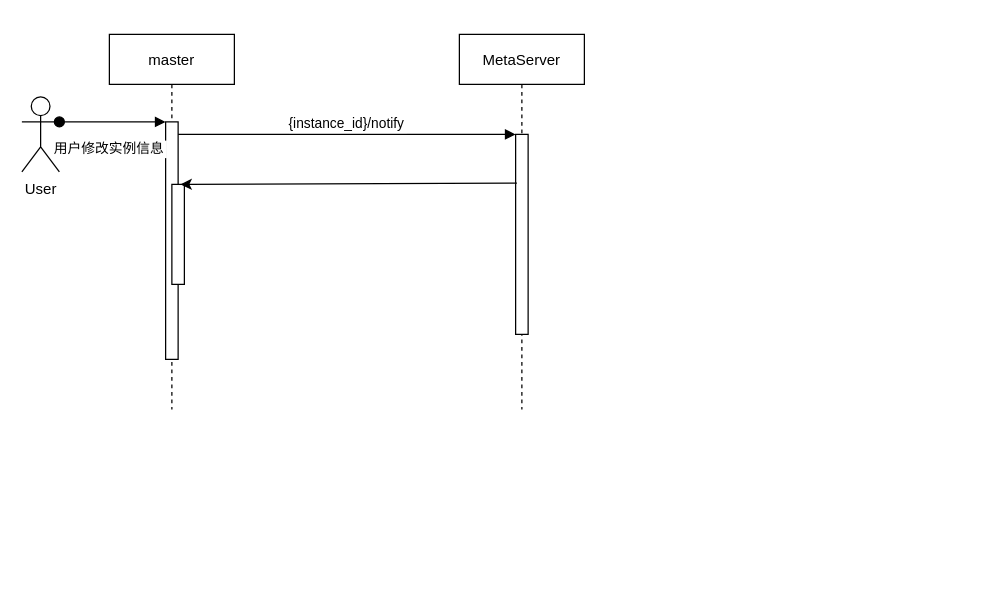
Before: about/Untitled Diagram.drawio in acewzj/post_md, a draw.io diagram. Source tidied: cells renumbered, new cells numbered last; positions are measured from the earlier drawing's top-left corner, leaving out a move shared by most shapes. Both pictures are drawn from the tidied source at 125%, with x=0, y=0 at pixel (21, 34).
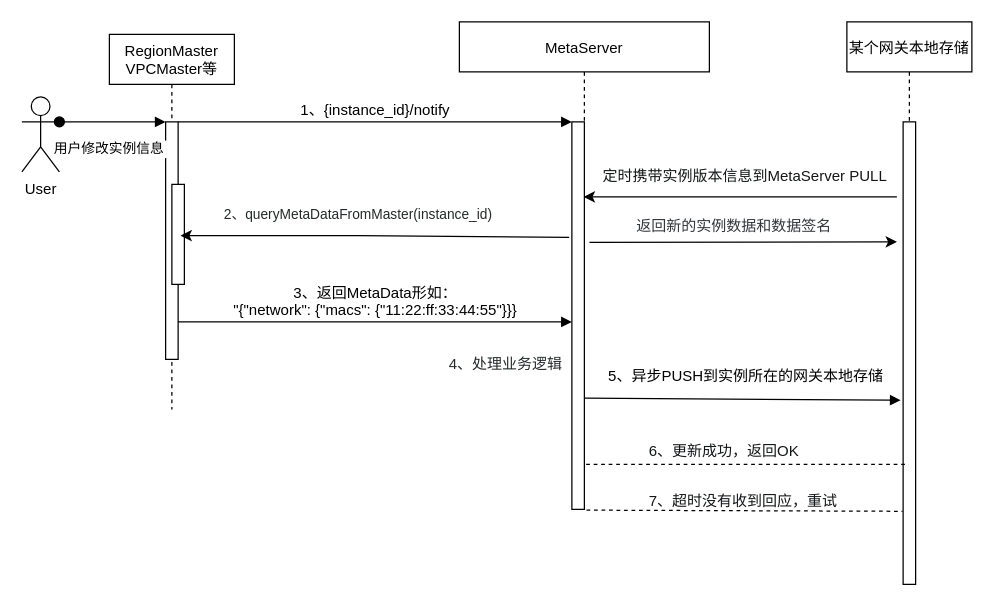
The same diagram, later.

The change refers to these unchanged cells:
```xml
<mxCell id="3" style="points=[];perimeter=orthogonalPerimeter;rounded=0;shadow=0;strokeWidth=1;" parent="2" vertex="1">
  <mxGeometry x="45" y="70" width="10" height="190" as="geometry" />
</mxCell>
<mxCell id="5" style="points=[];perimeter=orthogonalPerimeter;rounded=0;shadow=0;strokeWidth=1;" parent="2" vertex="1">
  <mxGeometry x="50" y="120" width="10" height="80" as="geometry" />
</mxCell>
```

The edit, as a diff of the source:
```diff
@@
-    <mxCell id="2" value="master" style="shape=umlLifeline;perimeter=lifelinePerimeter;rounded=0;shadow=0;strokeWidth=1;" parent="1" vertex="1">
+    <mxCell id="2" value="RegionMaster&#10;VPCMaster等" style="shape=umlLifeline;perimeter=lifelinePerimeter;rounded=0;shadow=0;strokeWidth=1;" parent="1" vertex="1">
       <mxGeometry x="70" width="100" height="300" as="geometry" />
     </mxCell>
@@
     <mxCell id="6" value="MetaServer" style="shape=umlLifeline;perimeter=lifelinePerimeter;rounded=0;shadow=0;strokeWidth=1;" parent="1" vertex="1">
-      <mxGeometry x="350" width="100" height="300" as="geometry" />
+      <mxGeometry x="350" y="-10" width="200" height="390" as="geometry" />
     </mxCell>
     <mxCell id="7" style="points=[];perimeter=orthogonalPerimeter;rounded=0;shadow=0;strokeWidth=1;" parent="6" vertex="1">
-      <mxGeometry x="45" y="80" width="10" height="160" as="geometry" />
+      <mxGeometry x="90" y="80" width="10" height="310" as="geometry" />
     </mxCell>
+    <mxCell id="11" value="&lt;div style=&quot;text-align: center&quot;&gt;&lt;font color=&quot;#25292a&quot; face=&quot;helvetica&quot;&gt;&lt;span style=&quot;background-color: rgb(255 , 255 , 255)&quot;&gt;4、处理业务逻辑&lt;/span&gt;&lt;/font&gt;&lt;/div&gt;" style="text;whiteSpace=wrap;html=1;fontSize=12;" parent="6" vertex="1">
+      <mxGeometry x="-10" y="260" width="100" height="20" as="geometry" />
+    </mxCell>
-    <mxCell id="8" value="{instance_id}/notify" style="verticalAlign=bottom;endArrow=block;entryX=0;entryY=0;shadow=0;strokeWidth=1;" parent="1" edge="1" source="3" target="7">
+    <mxCell id="8" value="1、{instance_id}/notify" style="verticalAlign=bottom;endArrow=block;entryX=0;entryY=0;shadow=0;strokeWidth=1;fontSize=12;" parent="1" edge="1" source="3" target="7">
       <mxGeometry relative="1" as="geometry" />
     </mxCell>
@@
-    <mxCell id="10" style="endArrow=classic;html=1;entryX=0.7;entryY=0;entryDx=0;entryDy=0;entryPerimeter=0;exitX=0.1;exitY=0.244;exitDx=0;exitDy=0;exitPerimeter=0;" parent="1" edge="1" source="7" target="5">
-      <mxGeometry relative="1" as="geometry" />
-    </mxCell>
+    <mxCell id="12" value="&lt;div style=&quot;text-align: center&quot;&gt;&lt;font color=&quot;#25292a&quot; face=&quot;helvetica&quot;&gt;&lt;span style=&quot;font-size: 11px&quot;&gt;2、queryMetaDataFromMaster(instance_id)&lt;/span&gt;&lt;/font&gt;&lt;/div&gt;" style="text;whiteSpace=wrap;html=1;labelBackgroundColor=#ffffff;" parent="1" vertex="1">
+      <mxGeometry x="160" y="130" width="250" height="30" as="geometry" />
+    </mxCell>
+    <mxCell id="13" style="endArrow=classic;html=1;entryX=0.7;entryY=0;entryDx=0;entryDy=0;entryPerimeter=0;exitX=-0.217;exitY=0.298;exitDx=0;exitDy=0;exitPerimeter=0;" parent="1" edge="1" source="7">
+      <mxGeometry relative="1" as="geometry">
+        <mxPoint x="127" y="161" as="targetPoint" />
+        <Array as="points">
+          <mxPoint x="260" y="161" />
+        </Array>
+      </mxGeometry>
+    </mxCell>
+    <mxCell id="14" value="3、返回MetaData形如：&#10;&quot;{&quot;network&quot;: {&quot;macs&quot;: {&quot;11:22:ff:33:44:55&quot;}}}" style="verticalAlign=bottom;endArrow=block;shadow=0;strokeWidth=1;fontSize=12;" parent="1" edge="1">
+      <mxGeometry relative="1" as="geometry">
+        <mxPoint x="125" y="230" as="sourcePoint" />
+        <mxPoint x="440" y="230" as="targetPoint" />
+      </mxGeometry>
+    </mxCell>
+    <mxCell id="15" value="某个网关本地存储" style="shape=umlLifeline;perimeter=lifelinePerimeter;rounded=0;shadow=0;strokeWidth=1;" parent="1" vertex="1">
+      <mxGeometry x="660" y="-10" width="100" height="450" as="geometry" />
+    </mxCell>
+    <mxCell id="16" style="points=[];perimeter=orthogonalPerimeter;rounded=0;shadow=0;strokeWidth=1;" parent="15" vertex="1">
+      <mxGeometry x="45" y="80" width="10" height="370" as="geometry" />
+    </mxCell>
+    <mxCell id="17" value="5、异步PUSH到实例所在的网关本地存储" style="verticalAlign=bottom;endArrow=block;shadow=0;strokeWidth=1;fontSize=12;exitX=1.043;exitY=0.713;exitDx=0;exitDy=0;exitPerimeter=0;entryX=-0.2;entryY=0.602;entryDx=0;entryDy=0;entryPerimeter=0;" parent="1" edge="1" source="7" target="16">
+      <mxGeometry x="0.02" y="9" relative="1" as="geometry" />
+    </mxCell>
+    <mxCell id="18" style="endArrow=none;dashed=1;html=1;fontSize=12;exitX=1.143;exitY=0.884;exitDx=0;exitDy=0;exitPerimeter=0;" parent="1" edge="1" source="7" target="15">
+      <mxGeometry relative="1" as="geometry" />
+    </mxCell>
+    <mxCell id="19" value="&lt;span style=&quot;color: rgb(20 , 22 , 23) ; font-family: &amp;#34;helvetica&amp;#34; ; font-size: 12px ; font-style: normal ; font-weight: 400 ; letter-spacing: normal ; text-align: center ; text-indent: 0px ; text-transform: none ; word-spacing: 0px ; display: inline ; float: none ; background-color: rgb(255 , 255 , 255)&quot;&gt;6、更新成功，返回OK&lt;/span&gt;" style="text;whiteSpace=wrap;html=1;fontSize=12;" parent="1" vertex="1">
+      <mxGeometry x="500" y="320" width="160" height="30" as="geometry" />
+    </mxCell>
+    <mxCell id="20" value="&lt;span style=&quot;color: rgb(20 , 22 , 23) ; font-family: &amp;#34;helvetica&amp;#34; ; font-size: 12px ; font-style: normal ; font-weight: 400 ; letter-spacing: normal ; text-align: center ; text-indent: 0px ; text-transform: none ; word-spacing: 0px ; display: inline ; float: none ; background-color: rgb(255 , 255 , 255)&quot;&gt;7、超时没有收到回应，重试&lt;/span&gt;" style="text;whiteSpace=wrap;html=1;fontSize=12;" parent="1" vertex="1">
+      <mxGeometry x="500" y="360" width="160" height="30" as="geometry" />
+    </mxCell>
+    <mxCell id="21" style="endArrow=none;dashed=1;html=1;fontSize=12;exitX=1.171;exitY=1.002;exitDx=0;exitDy=0;exitPerimeter=0;entryX=-0.035;entryY=0.842;entryDx=0;entryDy=0;entryPerimeter=0;" parent="1" edge="1" source="7" target="16">
+      <mxGeometry relative="1" as="geometry" />
+    </mxCell>
+    <mxCell id="22" value="&lt;span style=&quot;color: rgb(20 , 22 , 23) ; font-family: &amp;#34;helvetica&amp;#34; ; font-size: 12px ; font-style: normal ; font-weight: 400 ; letter-spacing: normal ; text-align: center ; text-indent: 0px ; text-transform: none ; word-spacing: 0px ; display: inline ; float: none ; background-color: rgb(255 , 255 , 255)&quot;&gt;定时携带实例版本信息到MetaServer PULL&lt;/span&gt;" style="text;whiteSpace=wrap;html=1;fontSize=12;" parent="1" vertex="1">
+      <mxGeometry x="462.5" y="100" width="235" height="20" as="geometry" />
+    </mxCell>
+    <mxCell id="23" style="endArrow=classic;html=1;fontSize=12;exitX=1.406;exitY=0.311;exitDx=0;exitDy=0;exitPerimeter=0;" parent="1" edge="1" source="7">
+      <mxGeometry relative="1" as="geometry">
+        <mxPoint x="700" y="166" as="targetPoint" />
+      </mxGeometry>
+    </mxCell>
+    <mxCell id="24" style="endArrow=classic;html=1;fontSize=12;" parent="1" edge="1" target="6">
+      <mxGeometry relative="1" as="geometry">
+        <mxPoint x="700" y="130" as="sourcePoint" />
+        <Array as="points">
+          <mxPoint x="600" y="130" />
+        </Array>
+      </mxGeometry>
+    </mxCell>
+    <mxCell id="25" value="&lt;div style=&quot;text-align: center&quot;&gt;&lt;font color=&quot;#33373a&quot; face=&quot;helvetica&quot;&gt;&lt;span style=&quot;background-color: rgb(255 , 255 , 255)&quot;&gt;返回新的实例数据和数据签名&lt;/span&gt;&lt;/font&gt;&lt;/div&gt;" style="text;whiteSpace=wrap;html=1;fontSize=12;" parent="1" vertex="1">
+      <mxGeometry x="490" y="140" width="222.5" height="30" as="geometry" />
+    </mxCell>
```
